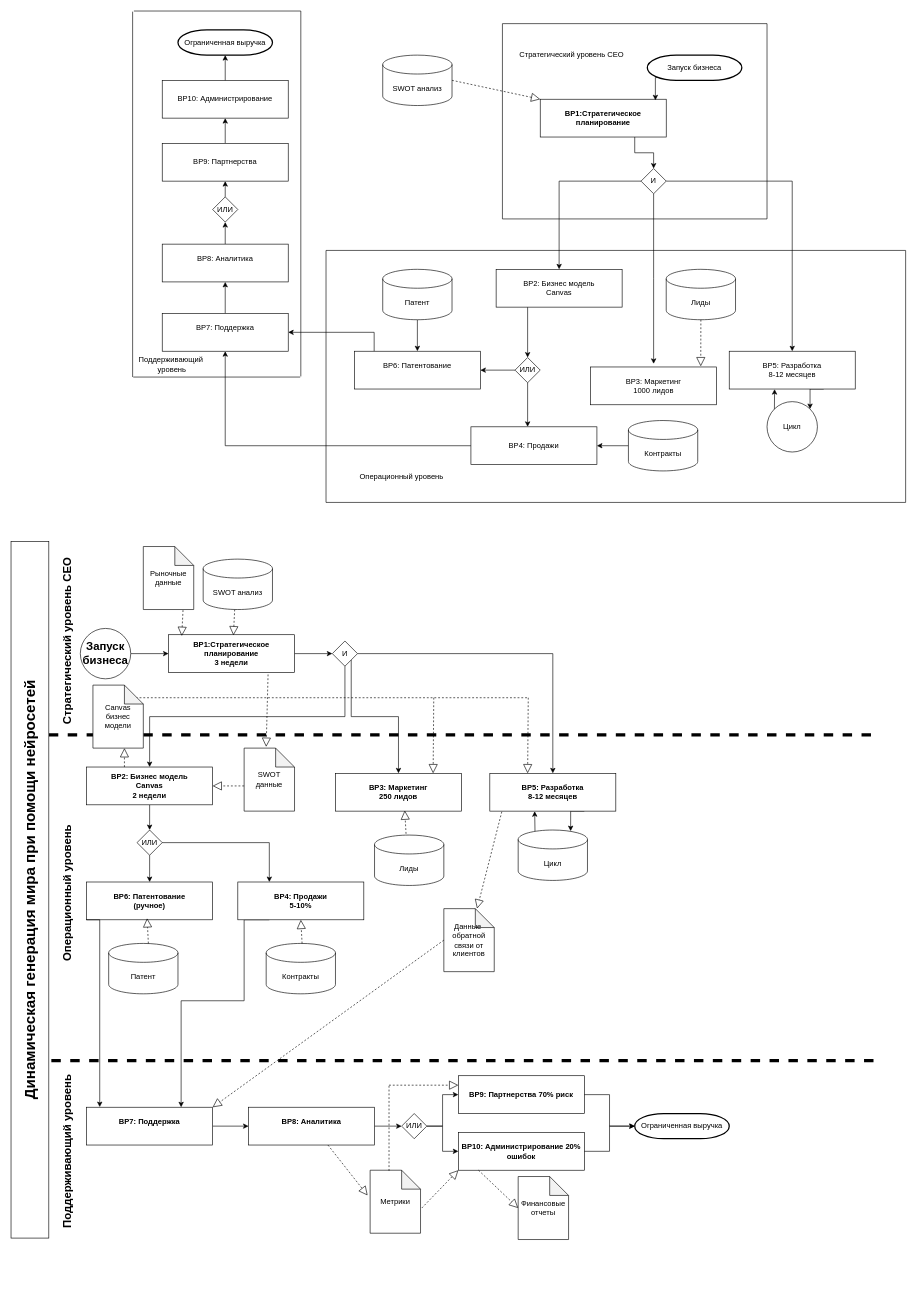
Before: AS IS.drawio in Slavik993/Diplom_Shebanov_2026, a draw.io diagram. Source tidied: cells renumbered, new cells numbered last; positions are measured from the earlier drawing's top-left corner, leaving out a move shared by most shapes. Both pictures are drawn from the tidied source at 63%, with x=0, y=0 at pixel (-319, 11).
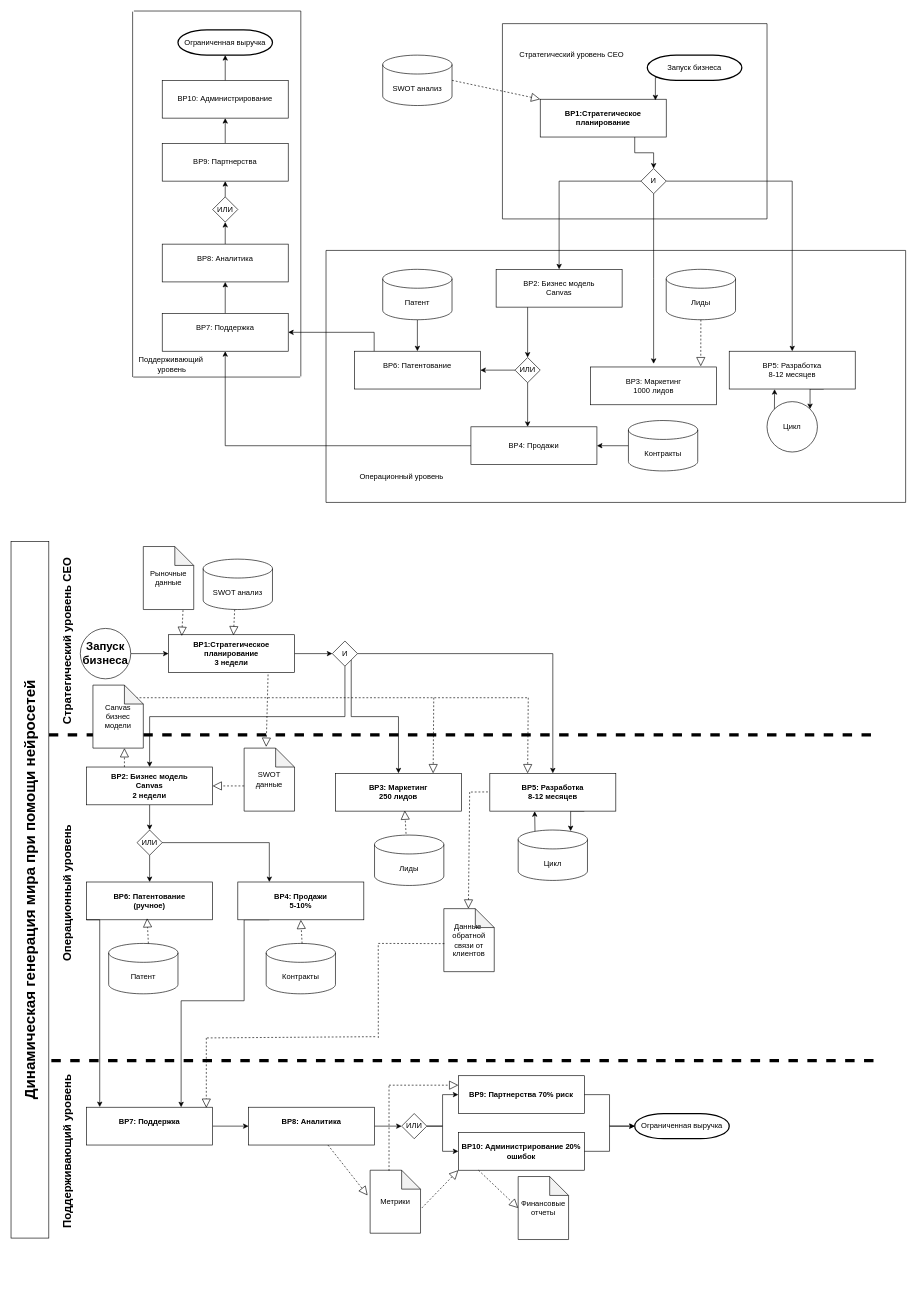
Above is the later version.

Unchanged cells that the change refers to:
```xml
<mxCell id="84" value="&lt;b&gt;BP5: Разработка&lt;br&gt;8-12 месяцев&lt;/b&gt;" style="rounded=0;whiteSpace=wrap;html=1;" parent="1" vertex="1">
  <mxGeometry x="1283" y="1210" width="200" height="60" as="geometry" />
</mxCell>
<mxCell id="92" value="&lt;b&gt;BP7: Поддержка&lt;/b&gt;&lt;div&gt;&lt;br&gt;&lt;/div&gt;" style="rounded=0;whiteSpace=wrap;html=1;" parent="1" vertex="1">
  <mxGeometry x="643" y="1740" width="200" height="60" as="geometry" />
</mxCell>
<mxCell id="123" value="Данные&amp;nbsp; обратной связи от клиентов" style="shape=note;whiteSpace=wrap;html=1;backgroundOutline=1;darkOpacity=0.05;" parent="1" vertex="1">
  <mxGeometry x="1210" y="1424.8" width="80" height="100" as="geometry" />
</mxCell>
```

Diff of the diagram source:
```diff
@@
-    <mxCell id="124" style="endArrow=block;dashed=1;endFill=0;endSize=12;html=1;rounded=0;exitX=0.095;exitY=1.017;exitDx=0;exitDy=0;exitPerimeter=0;" parent="1" edge="1" source="84" target="123">
-      <mxGeometry relative="1" as="geometry" />
-    </mxCell>
-    <mxCell id="125" style="endArrow=block;dashed=1;endFill=0;endSize=12;html=1;rounded=0;exitX=0;exitY=0.5;exitDx=0;exitDy=0;exitPerimeter=0;entryX=1;entryY=0;entryDx=0;entryDy=0;" parent="1" edge="1" source="123" target="92">
-      <mxGeometry relative="1" as="geometry" />
-    </mxCell>
+    <mxCell id="126" style="endArrow=none;dashed=1;html=1;rounded=0;" parent="1" edge="1">
+      <mxGeometry relative="1" as="geometry">
+        <mxPoint x="1105.9" y="1480" as="sourcePoint" />
+        <mxPoint x="1212.9" y="1480.3" as="targetPoint" />
+      </mxGeometry>
+    </mxCell>
+    <mxCell id="127" style="endArrow=none;dashed=1;html=1;rounded=0;" parent="1" edge="1">
+      <mxGeometry relative="1" as="geometry">
+        <mxPoint x="1106" y="1630" as="sourcePoint" />
+        <mxPoint x="1105.9" y="1480" as="targetPoint" />
+      </mxGeometry>
+    </mxCell>
+    <mxCell id="128" style="endArrow=none;dashed=1;html=1;rounded=0;" parent="1" edge="1">
+      <mxGeometry relative="1" as="geometry">
+        <mxPoint x="834" y="1630" as="sourcePoint" />
+        <mxPoint x="1103.9" y="1628" as="targetPoint" />
+      </mxGeometry>
+    </mxCell>
+    <mxCell id="129" style="endArrow=block;dashed=1;endFill=0;endSize=12;html=1;rounded=0;entryX=0.3;entryY=0;entryDx=0;entryDy=0;entryPerimeter=0;" parent="1" edge="1">
+      <mxGeometry relative="1" as="geometry">
+        <mxPoint x="833" y="1630" as="sourcePoint" />
+        <mxPoint x="833" y="1741" as="targetPoint" />
+      </mxGeometry>
+    </mxCell>
+    <mxCell id="130" style="endArrow=none;dashed=1;html=1;rounded=0;" parent="1" edge="1">
+      <mxGeometry relative="1" as="geometry">
+        <mxPoint x="1253" y="1239.7" as="sourcePoint" />
+        <mxPoint x="1283" y="1239.5" as="targetPoint" />
+      </mxGeometry>
+    </mxCell>
+    <mxCell id="131" style="endArrow=block;dashed=1;endFill=0;endSize=12;html=1;rounded=0;" parent="1" edge="1">
+      <mxGeometry relative="1" as="geometry">
+        <mxPoint x="1251" y="1239.8" as="sourcePoint" />
+        <mxPoint x="1249" y="1424.8" as="targetPoint" />
+      </mxGeometry>
+    </mxCell>
```
